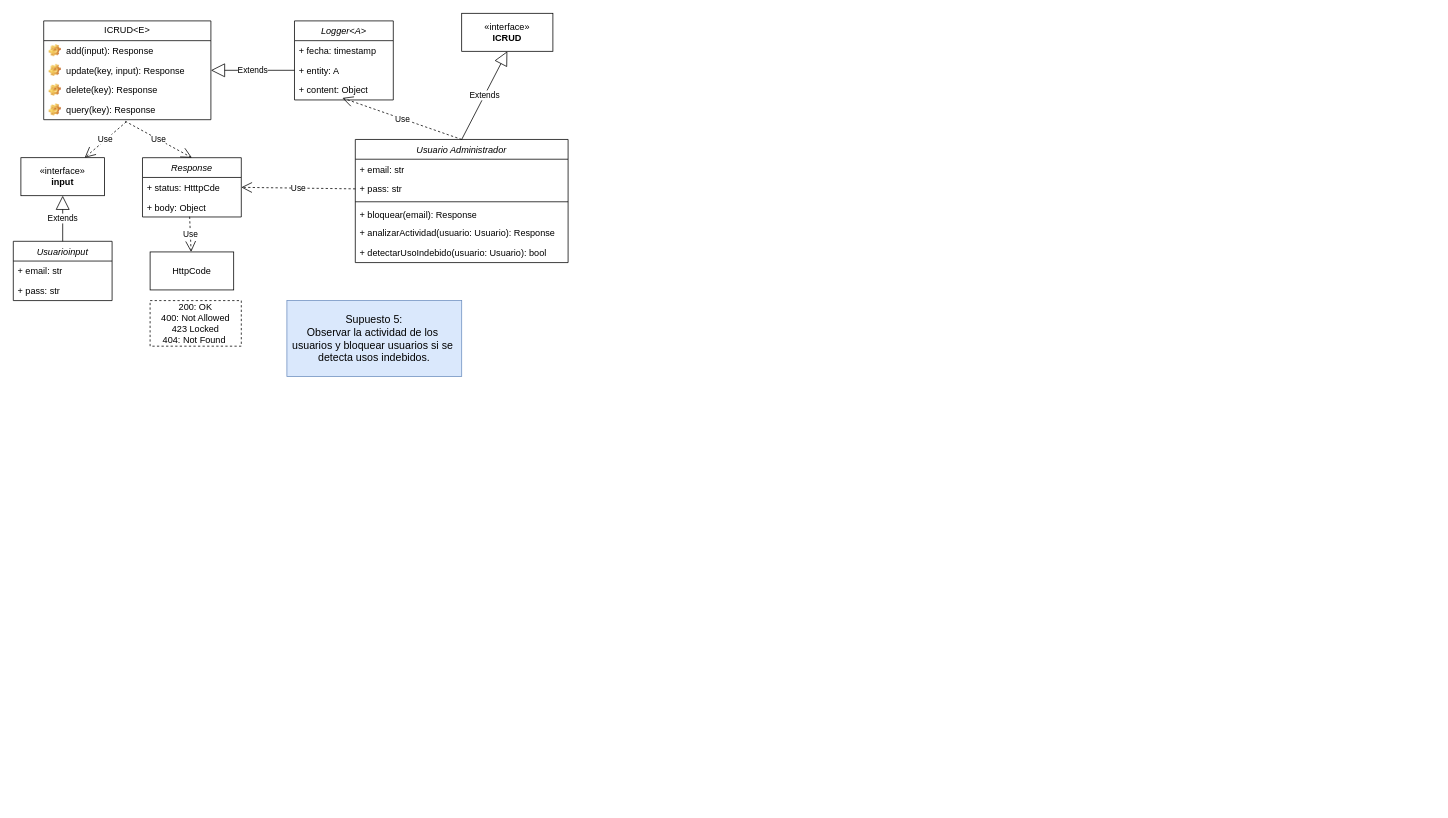
The draw.io diagram Front-End_Sprint/DiagramaSupuesto5.drawio in Giggin-html/dwm4, before the edit. Source tidied: cells renumbered, new cells numbered last; positions are measured from the earlier drawing's top-left corner, leaving out a move shared by most shapes. Both pictures are drawn from the tidied source at 76%, with x=0, y=0 at pixel (13, 13).
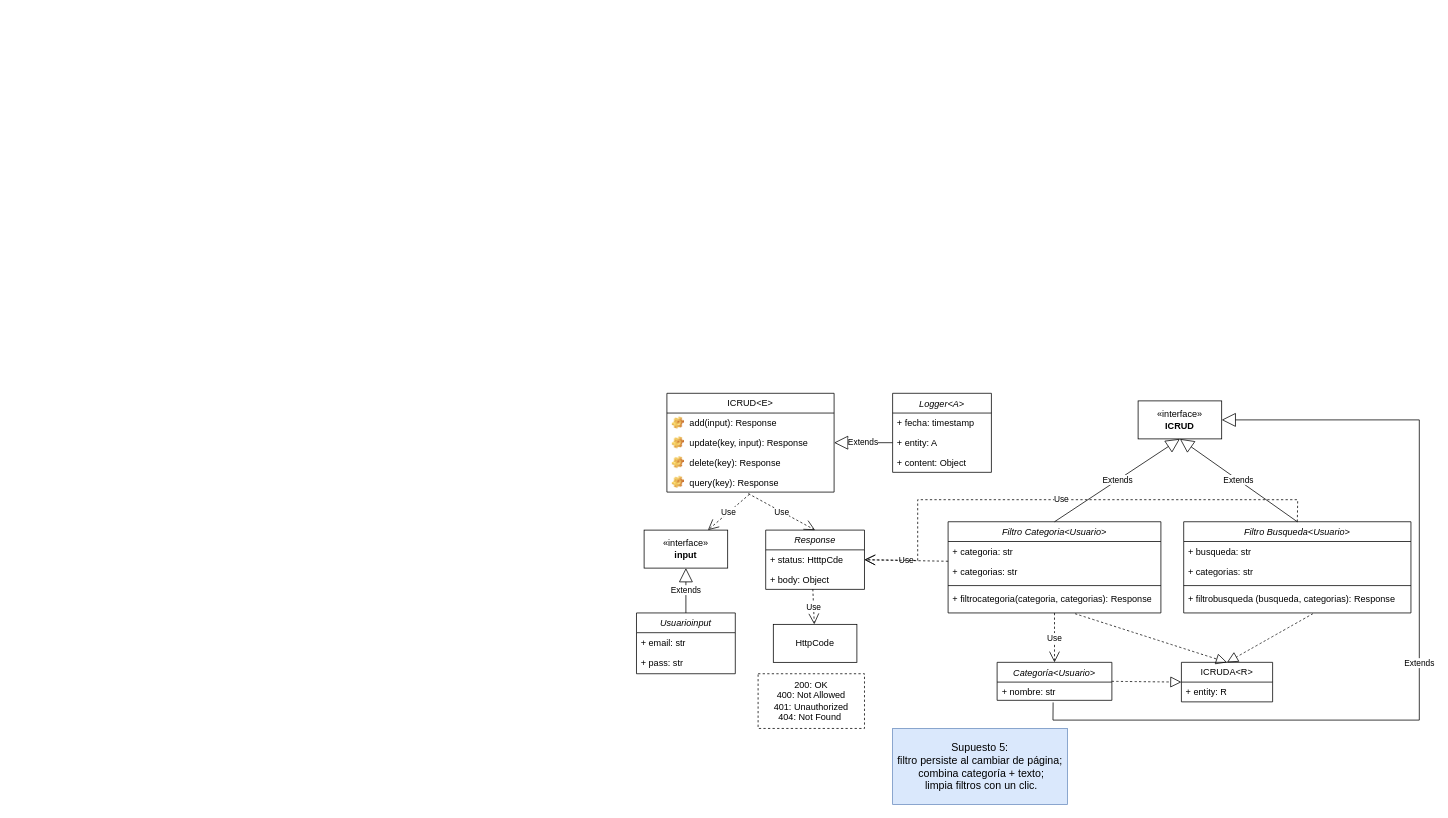
After the change.

Unchanged cells that the change refers to:
```xml
<mxCell id="11" value="update(key, input): Response" style="label;fontStyle=0;strokeColor=none;fillColor=none;align=left;verticalAlign=top;overflow=hidden;spacingLeft=28;spacingRight=4;points=[[0,0.5],[1,0.5]];portConstraint=eastwest;imageWidth=16;imageHeight=16;whiteSpace=wrap;html=1;image=img/clipart/Gear_128x128.png;" parent="9" vertex="1">
  <mxGeometry y="52" width="220" height="26" as="geometry" />
</mxCell>
<mxCell id="21" value="+ status: HtttpCde" style="text;strokeColor=none;fillColor=none;align=left;verticalAlign=top;spacingLeft=4;spacingRight=4;overflow=hidden;points=[[0,0.5],[1,0.5]];portConstraint=eastwest;whiteSpace=wrap;html=1;" parent="20" vertex="1">
  <mxGeometry y="26" width="130" height="26" as="geometry" />
</mxCell>
<mxCell id="29" value="+ entity: A" style="text;strokeColor=none;fillColor=none;align=left;verticalAlign=top;spacingLeft=4;spacingRight=4;overflow=hidden;points=[[0,0.5],[1,0.5]];portConstraint=eastwest;whiteSpace=wrap;html=1;" parent="27" vertex="1">
  <mxGeometry y="52" width="130" height="26" as="geometry" />
</mxCell>
<mxCell id="30" value="+ content: Object" style="text;strokeColor=none;fillColor=none;align=left;verticalAlign=top;spacingLeft=4;spacingRight=4;overflow=hidden;points=[[0,0.5],[1,0.5]];portConstraint=eastwest;whiteSpace=wrap;html=1;" parent="27" vertex="1">
  <mxGeometry y="78" width="130" height="26" as="geometry" />
</mxCell>
```

Diff of the diagram source:
```diff
@@
-    <mxCell id="2" value="Usuario Administrador" style="swimlane;fontStyle=2;align=center;verticalAlign=top;horizontal=1;startSize=26;rounded=0;shadow=0;strokeWidth=1;" parent="1" vertex="1">
-      <mxGeometry x="450" y="166" width="280" height="162" as="geometry" />
-    </mxCell>
-    <mxCell id="3" value="+ email: str" style="text;strokeColor=none;fillColor=none;align=left;verticalAlign=top;spacingLeft=4;spacingRight=4;overflow=hidden;whiteSpace=wrap;html=1;" parent="2" vertex="1">
-      <mxGeometry y="26" width="280" height="26" as="geometry" />
-    </mxCell>
-    <mxCell id="4" value="+ pass: str" style="text;strokeColor=none;fillColor=none;align=left;verticalAlign=top;spacingLeft=4;spacingRight=4;overflow=hidden;points=[[0,0.5],[1,0.5]];portConstraint=eastwest;whiteSpace=wrap;html=1;" parent="2" vertex="1">
-      <mxGeometry y="52" width="280" height="26" as="geometry" />
-    </mxCell>
-    <mxCell id="5" style="line;html=1;strokeWidth=1;align=left;verticalAlign=middle;spacingTop=-1;spacingLeft=3;spacingRight=3;labelPosition=right;" parent="2" vertex="1">
-      <mxGeometry y="78" width="280" height="8" as="geometry" />
-    </mxCell>
-    <mxCell id="6" value="+ bloquear(email): Response" style="text;strokeColor=none;fillColor=none;align=left;verticalAlign=top;spacingLeft=4;spacingRight=4;overflow=hidden;whiteSpace=wrap;html=1;" parent="2" vertex="1">
-      <mxGeometry y="86" width="280" height="24" as="geometry" />
-    </mxCell>
-    <mxCell id="7" value="+ analizarActividad(usuario: Usuario): Response" style="text;strokeColor=none;fillColor=none;align=left;verticalAlign=top;spacingLeft=4;spacingRight=4;overflow=hidden;whiteSpace=wrap;html=1;" parent="2" vertex="1">
-      <mxGeometry y="110" width="280" height="26" as="geometry" />
-    </mxCell>
-    <mxCell id="8" value="+ detectarUsoIndebido(usuario: Usuario): bool" style="text;strokeColor=none;fillColor=none;align=left;verticalAlign=top;spacingLeft=4;spacingRight=4;overflow=hidden;whiteSpace=wrap;html=1;" parent="2" vertex="1">
-      <mxGeometry y="136" width="280" height="26" as="geometry" />
-    </mxCell>
+    <mxCell id="32" value="&lt;font style=&quot;font-size: 14px;&quot;&gt;&amp;nbsp;Supuesto 5:&amp;nbsp;&lt;/font&gt;&lt;div&gt;&lt;div&gt;&lt;font style=&quot;font-size: 14px;&quot;&gt;filtro persiste al cambiar de página;&lt;/font&gt;&lt;/div&gt;&lt;div&gt;&lt;font style=&quot;font-size: 14px;&quot;&gt;&amp;nbsp;combina categoría + texto;&lt;/font&gt;&lt;/div&gt;&lt;div&gt;&lt;font style=&quot;font-size: 14px;&quot;&gt;&amp;nbsp;limpia filtros con un clic.&lt;/font&gt;&lt;/div&gt;&lt;/div&gt;" style="html=1;whiteSpace=wrap;fillColor=#dae8fc;strokeColor=#6c8ebf;" parent="1" vertex="1">
+      <mxGeometry x="1157" y="941" width="230" height="100" as="geometry" />
+    </mxCell>
+    <mxCell id="37" value="Filtro Categoria&lt;Usuario&gt;" style="swimlane;fontStyle=2;align=center;verticalAlign=top;horizontal=1;startSize=26;rounded=0;shadow=0;strokeWidth=1;" parent="1" vertex="1">
+      <mxGeometry x="1230" y="669" width="280" height="120" as="geometry" />
+    </mxCell>
+    <mxCell id="38" value="+ categoria: str" style="text;strokeColor=none;fillColor=none;align=left;verticalAlign=top;spacingLeft=4;spacingRight=4;overflow=hidden;whiteSpace=wrap;html=1;" parent="37" vertex="1">
+      <mxGeometry y="26" width="280" height="26" as="geometry" />
+    </mxCell>
+    <mxCell id="39" value="+ categorias: str" style="text;strokeColor=none;fillColor=none;align=left;verticalAlign=top;spacingLeft=4;spacingRight=4;overflow=hidden;points=[[0,0.5],[1,0.5]];portConstraint=eastwest;whiteSpace=wrap;html=1;" parent="37" vertex="1">
+      <mxGeometry y="52" width="280" height="28" as="geometry" />
+    </mxCell>
+    <mxCell id="40" style="line;html=1;strokeWidth=1;align=left;verticalAlign=middle;spacingTop=-1;spacingLeft=3;spacingRight=3;labelPosition=right;" parent="37" vertex="1">
+      <mxGeometry y="80" width="280" height="8" as="geometry" />
+    </mxCell>
+    <mxCell id="41" value="+ filtrocategoria(categoria, categorias): Response" style="text;strokeColor=none;fillColor=none;align=left;verticalAlign=top;spacingLeft=4;spacingRight=4;overflow=hidden;whiteSpace=wrap;html=1;" parent="37" vertex="1">
+      <mxGeometry y="88" width="280" height="24" as="geometry" />
+    </mxCell>
     <mxCell id="9" value="ICRUD&amp;lt;E&amp;gt;" style="swimlane;fontStyle=0;horizontal=1;startSize=26;fillColor=none;whiteSpace=wrap;html=1;" parent="1" vertex="1">
-      <mxGeometry x="40" y="10" width="220" height="130" as="geometry" />
+      <mxGeometry x="860" y="500" width="220" height="130" as="geometry" />
     </mxCell>
@@
     <mxCell id="14" value="«interface»&lt;br&gt;&lt;b&gt;input&lt;/b&gt;" style="html=1;whiteSpace=wrap;" parent="1" vertex="1">
-      <mxGeometry x="10" y="190" width="110" height="50" as="geometry" />
+      <mxGeometry x="830" y="680" width="110" height="50" as="geometry" />
     </mxCell>
@@
     <mxCell id="16" value="Usuarioinput" style="swimlane;fontStyle=2;align=center;verticalAlign=top;horizontal=1;startSize=26;rounded=0;shadow=0;strokeWidth=1;" parent="1" vertex="1">
-      <mxGeometry y="300" width="130" height="78" as="geometry" />
+      <mxGeometry x="820" y="789" width="130" height="80" as="geometry" />
     </mxCell>
@@
-    <mxCell id="18" value="+ pass: str" style="text;strokeColor=none;fillColor=none;align=left;verticalAlign=top;spacingLeft=4;spacingRight=4;overflow=hidden;whiteSpace=wrap;html=1;" parent="16" vertex="1">
-      <mxGeometry y="52" width="130" height="26" as="geometry" />
-    </mxCell>
+    <mxCell id="42" value="+ pass: str" style="text;strokeColor=none;fillColor=none;align=left;verticalAlign=top;spacingLeft=4;spacingRight=4;overflow=hidden;whiteSpace=wrap;html=1;" parent="16" vertex="1">
+      <mxGeometry y="52" width="130" height="20" as="geometry" />
+    </mxCell>
@@
     <mxCell id="20" value="Response" style="swimlane;fontStyle=2;align=center;verticalAlign=top;horizontal=1;startSize=26;rounded=0;shadow=0;strokeWidth=1;" parent="1" vertex="1">
-      <mxGeometry x="170" y="190" width="130" height="78" as="geometry" />
+      <mxGeometry x="990" y="680" width="130" height="78" as="geometry" />
     </mxCell>
@@
     <mxCell id="24" value="HttpCode" style="html=1;whiteSpace=wrap;" parent="1" vertex="1">
-      <mxGeometry x="180" y="314" width="110" height="50" as="geometry" />
+      <mxGeometry x="1000" y="804" width="110" height="50" as="geometry" />
     </mxCell>
@@
     <mxCell id="26" value="«interface»&lt;br&gt;&lt;b&gt;ICRUD&lt;/b&gt;" style="html=1;whiteSpace=wrap;" parent="1" vertex="1">
-      <mxGeometry x="590" width="120" height="50" as="geometry" />
+      <mxGeometry x="1480" y="510" width="110" height="50" as="geometry" />
     </mxCell>
+    <mxCell id="43" value="Extends" style="endArrow=block;endSize=16;endFill=0;html=1;rounded=0;exitX=0.5;exitY=0;exitDx=0;exitDy=0;entryX=0.5;entryY=1;entryDx=0;entryDy=0;" parent="1" edge="1" source="37" target="26">
+      <mxGeometry relative="1" as="geometry" />
+    </mxCell>
+    <mxCell id="44" value="Use" style="endArrow=open;endSize=12;dashed=1;html=1;rounded=0;entryX=1;entryY=0.5;entryDx=0;entryDy=0;exitX=0;exitY=0;exitDx=0;exitDy=0;exitPerimeter=0;" parent="1" edge="1" source="39" target="21">
+      <mxGeometry relative="1" as="geometry" />
+    </mxCell>
+    <mxCell id="45" value="200: OK&lt;div&gt;400: Not Allowed&lt;/div&gt;&lt;div&gt;&lt;div&gt;&lt;span style=&quot;background-color: transparent;&quot;&gt;401: Unauthorized&lt;/span&gt;&lt;/div&gt;&lt;div&gt;404: Not Found&amp;nbsp;&lt;/div&gt;&lt;/div&gt;" style="html=1;whiteSpace=wrap;dashed=1;" parent="1" vertex="1">
+      <mxGeometry x="980" y="869" width="140" height="72" as="geometry" />
+    </mxCell>
     <mxCell id="27" value="Logger&lt;A&gt;" style="swimlane;fontStyle=2;align=center;verticalAlign=top;horizontal=1;startSize=26;rounded=0;shadow=0;strokeWidth=1;" parent="1" vertex="1">
-      <mxGeometry x="370" y="10" width="130" height="104" as="geometry" />
+      <mxGeometry x="1157" y="500" width="130" height="104" as="geometry" />
     </mxCell>
@@
-    <mxCell id="31" value="Extends" style="endArrow=block;endSize=16;endFill=0;html=1;rounded=0;exitX=0;exitY=0.5;exitDx=0;exitDy=0;entryX=1;entryY=0.5;entryDx=0;entryDy=0;" parent="1" edge="1" source="29" target="11">
-      <mxGeometry relative="1" as="geometry" />
-    </mxCell>
-    <mxCell id="32" value="&lt;font style=&quot;font-size: 14px;&quot;&gt;&amp;nbsp;Supuesto 5:&amp;nbsp;&lt;/font&gt;&lt;div&gt;&lt;font style=&quot;font-size: 14px;&quot;&gt;Observar la actividad de los&amp;nbsp;&lt;/font&gt;&lt;/div&gt;&lt;div&gt;&lt;font style=&quot;font-size: 14px;&quot;&gt;usuarios y bloquear usuarios si se&amp;nbsp;&lt;/font&gt;&lt;/div&gt;&lt;div&gt;&lt;font style=&quot;font-size: 14px;&quot;&gt;detecta usos indebidos.&lt;/font&gt;&lt;/div&gt;" style="html=1;whiteSpace=wrap;fillColor=#dae8fc;strokeColor=#6c8ebf;" parent="1" vertex="1">
-      <mxGeometry x="360" y="378" width="230" height="100" as="geometry" />
-    </mxCell>
-    <mxCell id="33" value="200: OK&lt;div&gt;400: Not Allowed&lt;/div&gt;&lt;div&gt;423 Locked&lt;br&gt;&lt;div&gt;404: Not Found&amp;nbsp;&lt;/div&gt;&lt;/div&gt;" style="html=1;whiteSpace=wrap;dashed=1;" parent="1" vertex="1">
-      <mxGeometry x="180" y="378" width="120" height="60" as="geometry" />
-    </mxCell>
-    <mxCell id="34" value="Use" style="endArrow=open;endSize=12;dashed=1;html=1;rounded=0;entryX=1;entryY=0.5;entryDx=0;entryDy=0;exitX=0;exitY=0.5;exitDx=0;exitDy=0;" parent="1" edge="1" source="4" target="21">
-      <mxGeometry relative="1" as="geometry" />
-    </mxCell>
-    <mxCell id="35" value="Extends" style="endArrow=block;endSize=16;endFill=0;html=1;rounded=0;exitX=0.5;exitY=0;exitDx=0;exitDy=0;entryX=0.5;entryY=1;entryDx=0;entryDy=0;" parent="1" edge="1" source="2" target="26">
-      <mxGeometry relative="1" as="geometry" />
-    </mxCell>
-    <mxCell id="36" value="Use" style="endArrow=open;endSize=12;dashed=1;html=1;rounded=0;entryX=0.484;entryY=0.901;entryDx=0;entryDy=0;exitX=0.5;exitY=0;exitDx=0;exitDy=0;entryPerimeter=0;" parent="1" edge="1" source="2" target="30">
-      <mxGeometry relative="1" as="geometry" />
-    </mxCell>
+    <mxCell id="46" value="Extends" style="endArrow=block;endSize=16;endFill=0;html=1;rounded=0;exitX=0;exitY=0.5;exitDx=0;exitDy=0;" parent="1" edge="1" source="29">
+      <mxGeometry relative="1" as="geometry">
+        <mxPoint x="1080" y="565" as="targetPoint" />
+      </mxGeometry>
+    </mxCell>
+    <mxCell id="47" value="Filtro Busqueda&lt;Usuario&gt;" style="swimlane;fontStyle=2;align=center;verticalAlign=top;horizontal=1;startSize=26;rounded=0;shadow=0;strokeWidth=1;" parent="1" vertex="1">
+      <mxGeometry x="1540" y="669" width="299" height="120" as="geometry" />
+    </mxCell>
+    <mxCell id="48" value="+ busqueda: str" style="text;strokeColor=none;fillColor=none;align=left;verticalAlign=top;spacingLeft=4;spacingRight=4;overflow=hidden;whiteSpace=wrap;html=1;" parent="47" vertex="1">
+      <mxGeometry y="26" width="299" height="26" as="geometry" />
+    </mxCell>
+    <mxCell id="49" value="+ categorias: str" style="text;strokeColor=none;fillColor=none;align=left;verticalAlign=top;spacingLeft=4;spacingRight=4;overflow=hidden;whiteSpace=wrap;html=1;" parent="47" vertex="1">
+      <mxGeometry y="52" width="299" height="28" as="geometry" />
+    </mxCell>
+    <mxCell id="50" style="line;html=1;strokeWidth=1;align=left;verticalAlign=middle;spacingTop=-1;spacingLeft=3;spacingRight=3;labelPosition=right;" parent="47" vertex="1">
+      <mxGeometry y="80" width="299" height="8" as="geometry" />
+    </mxCell>
+    <mxCell id="51" value="+ filtrobusqueda (busqueda, categorias): Response" style="text;strokeColor=none;fillColor=none;align=left;verticalAlign=top;spacingLeft=4;spacingRight=4;overflow=hidden;whiteSpace=wrap;html=1;" parent="47" vertex="1">
+      <mxGeometry y="88" width="299" height="24" as="geometry" />
+    </mxCell>
+    <mxCell id="52" value="Use" style="endArrow=open;endSize=12;dashed=1;html=1;rounded=0;entryX=1;entryY=0.5;entryDx=0;entryDy=0;exitX=0.5;exitY=0;exitDx=0;exitDy=0;" parent="1" edge="1" source="47" target="21">
+      <mxGeometry relative="1" as="geometry">
+        <Array as="points">
+          <mxPoint x="1690" y="640" />
+          <mxPoint x="1190" y="640" />
+          <mxPoint x="1190" y="720" />
+        </Array>
+      </mxGeometry>
+    </mxCell>
+    <mxCell id="53" value="Extends" style="endArrow=block;endSize=16;endFill=0;html=1;rounded=0;exitX=0.5;exitY=0;exitDx=0;exitDy=0;entryX=0.5;entryY=1;entryDx=0;entryDy=0;" parent="1" edge="1" source="47" target="26">
+      <mxGeometry relative="1" as="geometry" />
+    </mxCell>
+    <mxCell id="54" value="Categoría&lt;Usuario&gt;" style="swimlane;fontStyle=2;align=center;verticalAlign=top;horizontal=1;startSize=26;rounded=0;shadow=0;strokeWidth=1;" parent="1" vertex="1">
+      <mxGeometry x="1294.5" y="854" width="151" height="50" as="geometry" />
+    </mxCell>
+    <mxCell id="55" value="+ nombre: str" style="text;strokeColor=none;fillColor=none;align=left;verticalAlign=top;spacingLeft=4;spacingRight=4;overflow=hidden;points=[[0,0.5],[1,0.5]];portConstraint=eastwest;whiteSpace=wrap;html=1;" parent="54" vertex="1">
+      <mxGeometry y="26" width="151" height="24" as="geometry" />
+    </mxCell>
+    <mxCell id="56" style="edgeStyle=none;curved=1;rounded=0;orthogonalLoop=1;jettySize=auto;html=1;exitX=0.75;exitY=0;exitDx=0;exitDy=0;fontSize=12;startSize=8;endSize=8;" parent="1" edge="1" source="54" target="54">
+      <mxGeometry relative="1" as="geometry" />
+    </mxCell>
+    <mxCell id="57" value="Extends" style="endArrow=block;endSize=16;endFill=0;html=1;rounded=0;entryX=1;entryY=0.5;entryDx=0;entryDy=0;exitX=0.488;exitY=1.116;exitDx=0;exitDy=0;exitPerimeter=0;" parent="1" edge="1" source="55" target="26">
+      <mxGeometry relative="1" as="geometry">
+        <Array as="points">
+          <mxPoint x="1368" y="930" />
+          <mxPoint x="1850" y="930" />
+          <mxPoint x="1850" y="535" />
+        </Array>
+      </mxGeometry>
+    </mxCell>
+    <mxCell id="58" value="Use" style="endArrow=open;endSize=12;dashed=1;html=1;rounded=0;entryX=0.5;entryY=0;entryDx=0;entryDy=0;exitX=0.5;exitY=1;exitDx=0;exitDy=0;" parent="1" edge="1" source="37" target="54">
+      <mxGeometry relative="1" as="geometry" />
+    </mxCell>
+    <mxCell id="59" value="ICRUDA&amp;lt;R&amp;gt;" style="swimlane;fontStyle=0;horizontal=1;startSize=26;fillColor=none;whiteSpace=wrap;html=1;" parent="1" vertex="1">
+      <mxGeometry x="1537" y="854" width="120" height="52" as="geometry" />
+    </mxCell>
+    <mxCell id="60" value="+ entity: R" style="text;strokeColor=none;fillColor=none;align=left;verticalAlign=top;spacingLeft=4;spacingRight=4;overflow=hidden;whiteSpace=wrap;html=1;" parent="59" vertex="1">
+      <mxGeometry y="26" width="120" height="26" as="geometry" />
+    </mxCell>
+    <mxCell id="61" style="endArrow=block;dashed=1;endFill=0;endSize=12;html=1;rounded=0;fontSize=12;curved=1;exitX=1;exitY=0.5;exitDx=0;exitDy=0;entryX=0;entryY=0.5;entryDx=0;entryDy=0;" parent="1" edge="1" source="54" target="59">
+      <mxGeometry relative="1" as="geometry" />
+    </mxCell>
+    <mxCell id="62" style="endArrow=block;dashed=1;endFill=0;endSize=12;html=1;rounded=0;fontSize=12;curved=1;entryX=0.5;entryY=0;entryDx=0;entryDy=0;" parent="1" edge="1" target="59">
+      <mxGeometry relative="1" as="geometry">
+        <mxPoint x="1397" y="790" as="sourcePoint" />
+      </mxGeometry>
+    </mxCell>
+    <mxCell id="63" style="endArrow=block;dashed=1;endFill=0;endSize=12;html=1;rounded=0;fontSize=12;curved=1;entryX=0.5;entryY=0;entryDx=0;entryDy=0;" parent="1" edge="1" target="59">
+      <mxGeometry relative="1" as="geometry">
+        <mxPoint x="1710" y="790" as="sourcePoint" />
+      </mxGeometry>
+    </mxCell>
```
